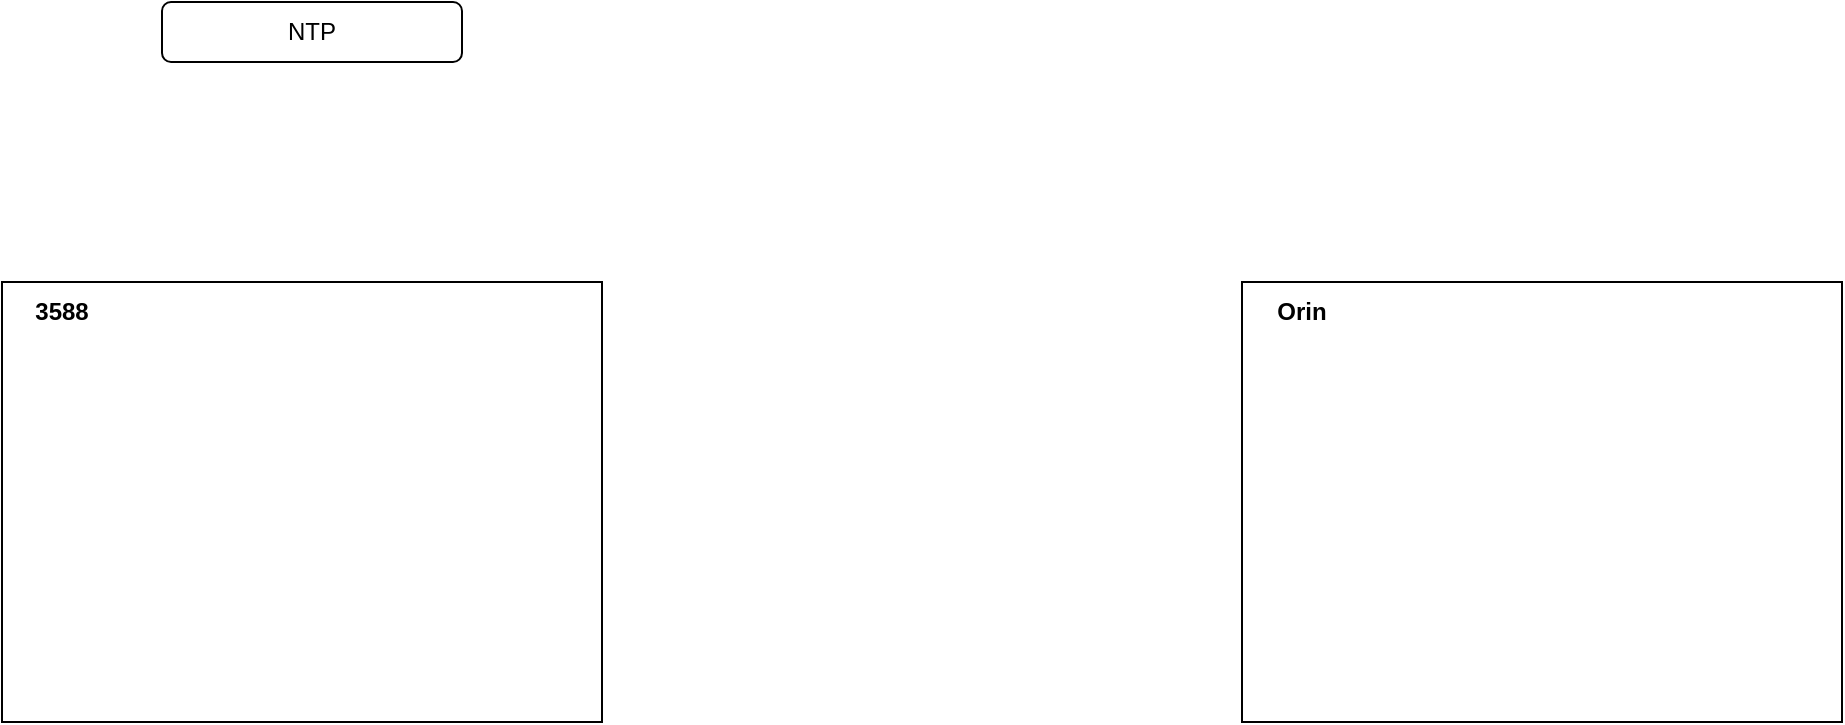
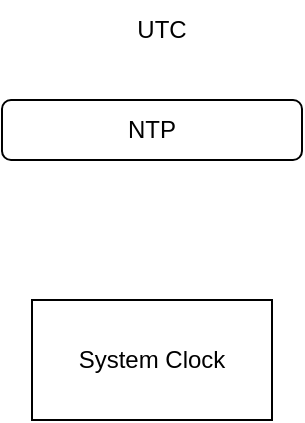
<mxfile host="app.diagrams.net" agent="Mozilla/5.0 (Windows NT 10.0; Win64; x64) AppleWebKit/537.36 (KHTML, like Gecko) Chrome/148.0.0.0 Safari/537.36" version="29.3.7">
  <diagram name="第 1 页" id="xi5zx8poPBdEaGlYp24N">
    <mxGraphModel dx="1130" dy="596" grid="1" gridSize="10" guides="1" tooltips="1" connect="1" arrows="1" fold="1" page="1" pageScale="1" pageWidth="827" pageHeight="1169" math="0" shadow="0">
      <root>
        <mxCell id="0" />
        <mxCell id="1" parent="0" />
        <mxCell id="473n1farRfXXC9yVkO81-1" parent="1" style="rounded=1;whiteSpace=wrap;html=1;" value="NTP" vertex="1">
-           <mxGeometry height="30" width="150" x="140" y="190" as="geometry" />
+           <mxGeometry height="30" width="150" x="20" y="120" as="geometry" />
        </mxCell>
-         <mxCell id="473n1farRfXXC9yVkO81-2" parent="1" style="rounded=0;whiteSpace=wrap;html=1;" value="" vertex="1">
-           <mxGeometry height="220" width="300" x="60" y="330" as="geometry" />
+         <mxCell id="473n1farRfXXC9yVkO81-6" parent="1" style="text;html=1;whiteSpace=wrap;strokeColor=none;fillColor=none;align=center;verticalAlign=middle;rounded=0;" value="UTC" vertex="1">
+           <mxGeometry height="30" width="60" x="70" y="70" as="geometry" />
        </mxCell>
-         <mxCell id="473n1farRfXXC9yVkO81-3" parent="1" style="text;html=1;whiteSpace=wrap;strokeColor=none;fillColor=none;align=center;verticalAlign=middle;rounded=0;fontStyle=1" value="3588" vertex="1">
-           <mxGeometry height="30" width="60" x="60" y="330" as="geometry" />
-         </mxCell>
-         <mxCell id="473n1farRfXXC9yVkO81-4" parent="1" style="rounded=0;whiteSpace=wrap;html=1;" value="" vertex="1">
-           <mxGeometry height="220" width="300" x="680" y="330" as="geometry" />
-         </mxCell>
-         <mxCell id="473n1farRfXXC9yVkO81-5" parent="1" style="text;html=1;whiteSpace=wrap;strokeColor=none;fillColor=none;align=center;verticalAlign=middle;rounded=0;fontStyle=1" value="Orin" vertex="1">
-           <mxGeometry height="30" width="60" x="680" y="330" as="geometry" />
+         <mxCell id="473n1farRfXXC9yVkO81-7" parent="1" style="rounded=0;whiteSpace=wrap;html=1;" value="System Clock" vertex="1">
+           <mxGeometry height="60" width="120" x="35" y="220" as="geometry" />
        </mxCell>
      </root>
    </mxGraphModel>
  </diagram>
</mxfile>
